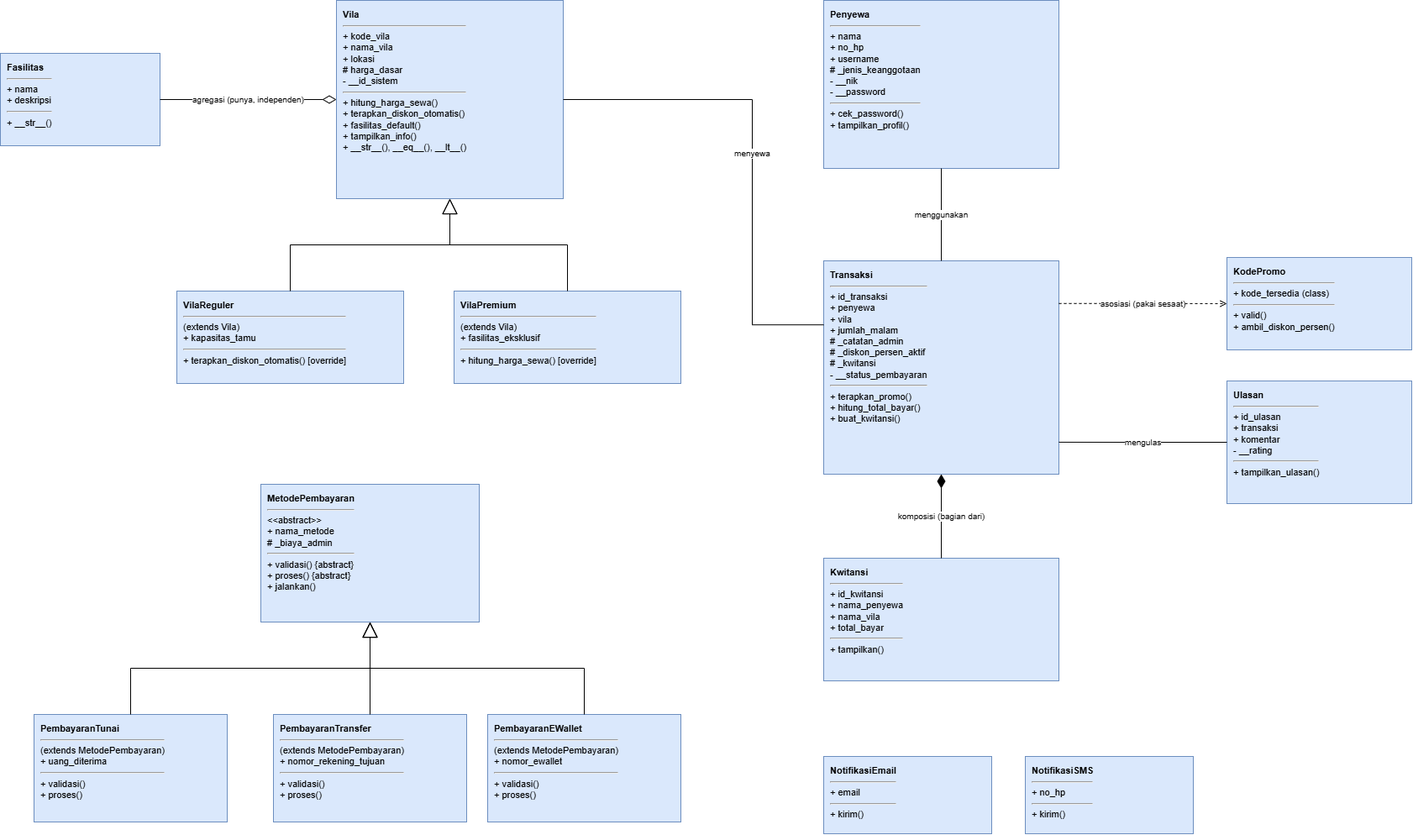
This is posttest3_2509106111_FarelRonalvi/diagram_class.png from farelronalvi23/Praktikum_PBO, a draw.io export, as it was before one commit. Source tidied: cells renumbered, new cells last; positions are measured from the earlier drawing's top-left corner, leaving out a move shared by most shapes.
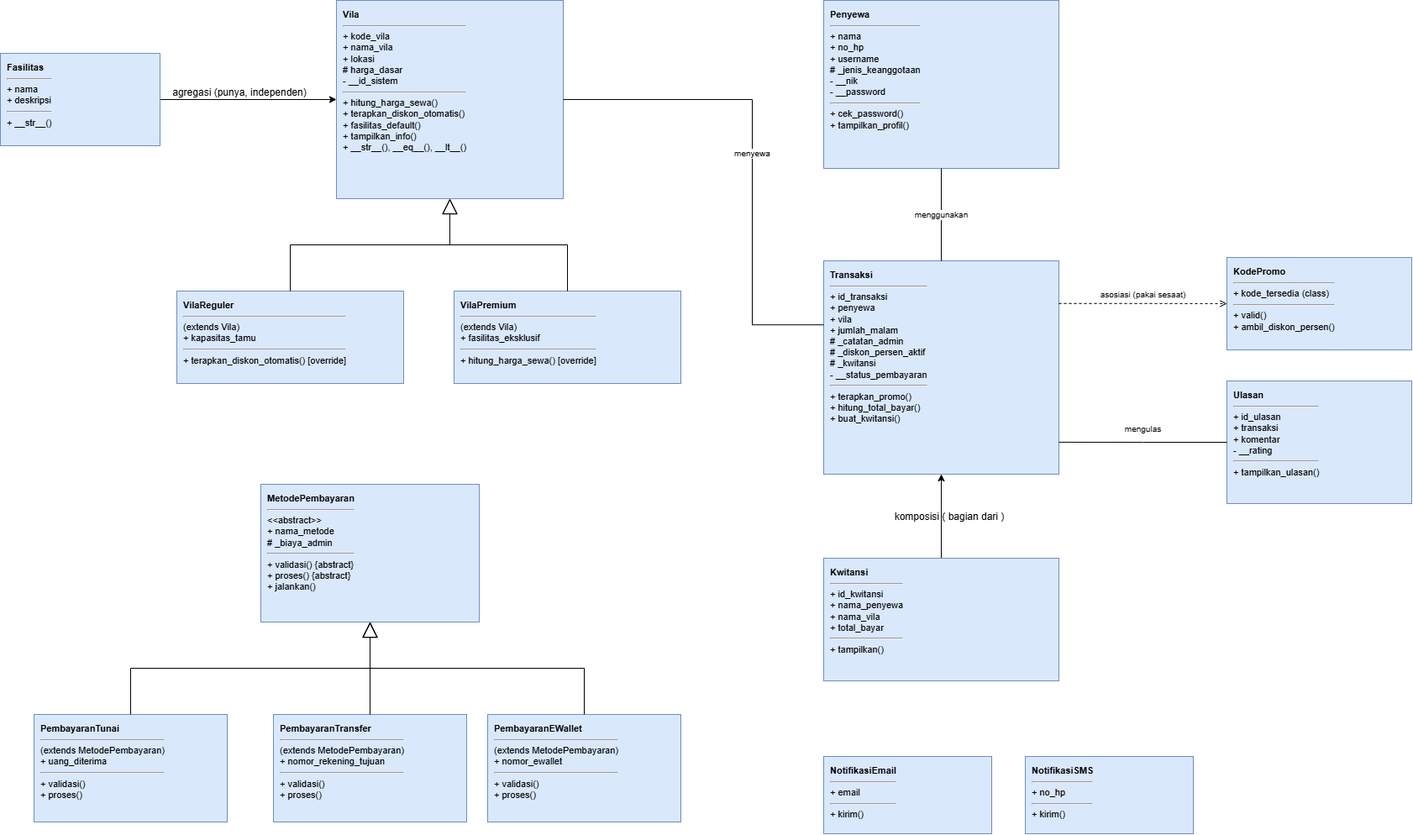
After the commit.

Diff of the diagram source:
```diff
@@ -2,6 +2,9 @@
   <root>
     <mxCell id="0" />
     <mxCell id="1" parent="0" />
+    <mxCell id="28" style="edgeStyle=orthogonalEdgeStyle;rounded=0;jettySize=auto;html=1;exitX=1;exitY=0.5;exitDx=0;exitDy=0;entryX=0;entryY=0.5;entryDx=0;entryDy=0;defaultLabelBackgroundColor=page;" parent="1" edge="1" source="2" target="3">
+      <mxGeometry relative="1" as="geometry" />
+    </mxCell>
     <mxCell id="2" value="&lt;b&gt;Fasilitas&lt;/b&gt;&lt;hr/&gt;+ nama&lt;br/&gt;+ deskripsi&lt;hr/&gt;+ __str__()" style="rounded=0;whiteSpace=wrap;html=1;align=left;verticalAlign=top;spacingLeft=6;spacingTop=4;fontSize=11;fillColor=#dae8fc;strokeColor=#6c8ebf;" parent="1" vertex="1">
       <mxGeometry y="63" width="190" height="110" as="geometry" />
     </mxCell>
@@ -20,6 +23,9 @@
     <mxCell id="7" value="&lt;b&gt;VilaPremium&lt;/b&gt;&lt;hr/&gt;(extends Vila)&lt;br/&gt;+ fasilitas_eksklusif&lt;hr/&gt;+ hitung_harga_sewa() [override]" style="rounded=0;whiteSpace=wrap;html=1;align=left;verticalAlign=top;spacingLeft=6;spacingTop=4;fontSize=11;fillColor=#dae8fc;strokeColor=#6c8ebf;" parent="1" vertex="1">
       <mxGeometry x="540" y="346" width="270" height="110" as="geometry" />
     </mxCell>
+    <mxCell id="29" style="edgeStyle=orthogonalEdgeStyle;rounded=0;jettySize=auto;html=1;exitX=0.5;exitY=0;exitDx=0;exitDy=0;entryX=0.5;entryY=1;entryDx=0;entryDy=0;defaultLabelBackgroundColor=page;" parent="1" edge="1" source="8" target="10">
+      <mxGeometry relative="1" as="geometry" />
+    </mxCell>
     <mxCell id="8" value="&lt;b&gt;Kwitansi&lt;/b&gt;&lt;hr/&gt;+ id_kwitansi&lt;br/&gt;+ nama_penyewa&lt;br/&gt;+ nama_vila&lt;br/&gt;+ total_bayar&lt;hr/&gt;+ tampilkan()" style="rounded=0;whiteSpace=wrap;html=1;align=left;verticalAlign=top;spacingLeft=6;spacingTop=4;fontSize=11;fillColor=#dae8fc;strokeColor=#6c8ebf;" parent="1" vertex="1">
       <mxGeometry x="980" y="664" width="280" height="146" as="geometry" />
     </mxCell>
@@ -83,14 +89,10 @@
       </mxGeometry>
     </mxCell>
     <mxCell id="22" value="asosiasi (pakai sesaat)" style="edgeStyle=orthogonalEdgeStyle;rounded=0;html=1;endArrow=open;endFill=0;dashed=1;fontSize=10;exitX=1;exitY=0.2;exitDx=0;exitDy=0;entryX=0;entryY=0.5;entryDx=0;entryDy=0;" parent="1" edge="1" source="10" target="4">
-      <mxGeometry relative="1" as="geometry" />
+      <mxGeometry y="-11" relative="1" as="geometry">
+        <mxPoint y="-22" as="offset" />
+      </mxGeometry>
     </mxCell>
-    <mxCell id="23" value="agregasi (punya, independen)" style="edgeStyle=orthogonalEdgeStyle;rounded=0;html=1;startArrow=diamondThin;startFill=0;startSize=14;endArrow=none;fontSize=10;exitX=0;exitY=0.5;exitDx=0;exitDy=0;entryX=1;entryY=0.5;entryDx=0;entryDy=0;" parent="1" edge="1" source="3" target="2">
-      <mxGeometry relative="1" as="geometry" />
-    </mxCell>
-    <mxCell id="24" value="komposisi (bagian dari)" style="edgeStyle=orthogonalEdgeStyle;rounded=0;html=1;startArrow=diamondThin;startFill=1;startSize=14;endArrow=none;fontSize=10;exitX=0.5;exitY=1;exitDx=0;exitDy=0;entryX=0.5;entryY=0;entryDx=0;entryDy=0;" parent="1" edge="1" source="10" target="8">
-      <mxGeometry relative="1" as="geometry" />
-    </mxCell>
     <mxCell id="25" value="menggunakan" style="edgeStyle=orthogonalEdgeStyle;rounded=0;html=1;endArrow=none;startArrow=none;fontSize=10;exitX=0.5;exitY=0;exitDx=0;exitDy=0;entryX=0.5;entryY=1;entryDx=0;entryDy=0;" parent="1" edge="1" source="10" target="5">
       <mxGeometry relative="1" as="geometry" />
     </mxCell>
@@ -103,7 +105,13 @@
       </mxGeometry>
     </mxCell>
     <mxCell id="27" value="mengulas" style="edgeStyle=orthogonalEdgeStyle;rounded=0;html=1;endArrow=none;startArrow=none;fontSize=10;exitX=0;exitY=0.5;exitDx=0;exitDy=0;entryX=1;entryY=0.85;entryDx=0;entryDy=0;" parent="1" edge="1" source="9" target="10">
-      <mxGeometry relative="1" as="geometry" />
+      <mxGeometry y="-16" relative="1" as="geometry" />
     </mxCell>
+    <mxCell id="30" value="komposisi ( bagian dari )" style="text;html=1;whiteSpace=wrap;strokeColor=none;fillColor=none;align=center;verticalAlign=middle;rounded=0;" parent="1" vertex="1">
+      <mxGeometry x="1060" y="600" width="140" height="30" as="geometry" />
+    </mxCell>
+    <mxCell id="23" value="agregasi (punya, independen)" style="text;html=1;whiteSpace=wrap;strokeColor=none;fillColor=none;align=center;verticalAlign=middle;rounded=0;" parent="1" vertex="1">
+      <mxGeometry x="200" y="100" width="170" height="20" as="geometry" />
+    </mxCell>
   </root>
 </mxGraphModel>
```
